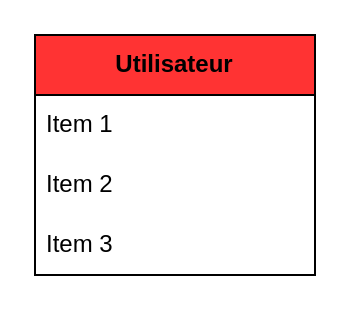
This is Modele_conceptuel_données.drawio from Kimii01/Mot-crois-e-apk, a draw.io file, before an edit. Source tidied: cells renumbered, new cells numbered last; positions are measured from the earlier drawing's top-left corner, leaving out a move shared by most shapes. Both pictures are drawn from the tidied source at 200%, with x=0, y=0 at pixel (34, 34).
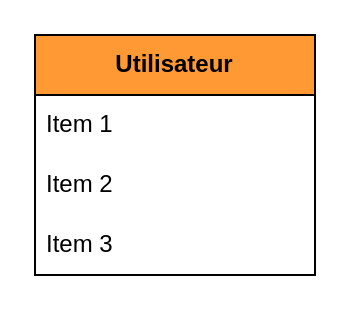
Above is the later version.

Commit message (it also covers changes not shown here):
Mettre à jour Modele_conceptuel_données.drawio

Diff of the diagram source:
```diff
@@
 <mxGraphModel>
   <root>
     <mxCell id="0" />
     <mxCell id="1" parent="0" />
-    <mxCell id="2" value="&lt;b&gt;Utilisateur&lt;/b&gt;" style="swimlane;fontStyle=0;horizontal=1;startSize=30;whiteSpace=wrap;html=1;fillColor=#FF3333;" parent="1" vertex="1">
+    <mxCell id="2" value="&lt;b&gt;Utilisateur&lt;/b&gt;" style="swimlane;fontStyle=0;horizontal=1;startSize=30;whiteSpace=wrap;html=1;fillColor=#FF9933;" parent="1" vertex="1">
       <mxGeometry width="140" height="120" as="geometry" />
     </mxCell>
     <mxCell id="3" value="Item 1" style="text;strokeColor=none;fillColor=none;align=left;verticalAlign=middle;spacingLeft=4;spacingRight=4;overflow=hidden;whiteSpace=wrap;html=1;" parent="2" vertex="1">
       <mxGeometry y="30" width="140" height="30" as="geometry" />
     </mxCell>
     <mxCell id="4" value="Item 2" style="text;strokeColor=none;fillColor=none;align=left;verticalAlign=middle;spacingLeft=4;spacingRight=4;overflow=hidden;whiteSpace=wrap;html=1;" parent="2" vertex="1">
       <mxGeometry y="60" width="140" height="30" as="geometry" />
     </mxCell>
     <mxCell id="5" value="Item 3" style="text;strokeColor=none;fillColor=none;align=left;verticalAlign=middle;spacingLeft=4;spacingRight=4;overflow=hidden;whiteSpace=wrap;html=1;" parent="2" vertex="1">
       <mxGeometry y="90" width="140" height="30" as="geometry" />
     </mxCell>
   </root>
 </mxGraphModel>
```
